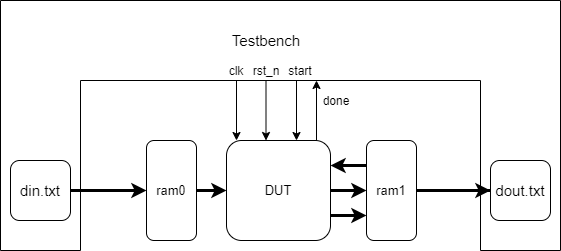
Before: daily/inbed_design/dog/docs/arch/测试平台.png, a diagram exported from draw.io (hust-gaoyujing/routine). Source tidied: cells renumbered, new cells last; positions are measured from the earlier drawing's top-left corner, leaving out a move shared by most shapes. The source it was exported from:
```xml
<mxGraphModel>
  <root>
    <mxCell id="0" />
    <mxCell id="1" parent="0" />
    <mxCell id="2" style="edgeStyle=orthogonalEdgeStyle;rounded=0;jettySize=auto;html=1;exitX=0;exitY=0.25;exitDx=0;exitDy=0;entryX=1;entryY=0.25;entryDx=0;entryDy=0;strokeWidth=3;fontSize=13;" parent="1" edge="1" source="8" target="5">
      <mxGeometry relative="1" as="geometry" />
    </mxCell>
    <mxCell id="3" style="edgeStyle=orthogonalEdgeStyle;rounded=0;jettySize=auto;html=1;exitX=1;exitY=0.75;exitDx=0;exitDy=0;entryX=0;entryY=0.75;entryDx=0;entryDy=0;strokeWidth=3;fontSize=13;" parent="1" edge="1" source="5" target="8">
      <mxGeometry relative="1" as="geometry" />
    </mxCell>
    <mxCell id="4" style="edgeStyle=orthogonalEdgeStyle;rounded=0;jettySize=auto;html=1;exitX=1;exitY=0.5;exitDx=0;exitDy=0;entryX=0;entryY=0.5;entryDx=0;entryDy=0;strokeWidth=3;fontSize=13;" parent="1" edge="1" source="5" target="8">
      <mxGeometry relative="1" as="geometry" />
    </mxCell>
    <mxCell id="5" value="DUT" style="rounded=1;whiteSpace=wrap;html=1;fontSize=13;" parent="1" vertex="1">
      <mxGeometry x="226" y="140" width="104" height="100" as="geometry" />
    </mxCell>
    <mxCell id="6" style="edgeStyle=orthogonalEdgeStyle;rounded=0;jettySize=auto;html=1;exitX=1;exitY=0.5;exitDx=0;exitDy=0;strokeWidth=3;fontSize=13;" parent="1" edge="1" source="7" target="5">
      <mxGeometry relative="1" as="geometry" />
    </mxCell>
    <mxCell id="7" value="ram0" style="rounded=1;whiteSpace=wrap;html=1;fontSize=13;" parent="1" vertex="1">
      <mxGeometry x="146" y="140" width="50" height="100" as="geometry" />
    </mxCell>
    <mxCell id="8" value="ram1" style="rounded=1;whiteSpace=wrap;html=1;fontSize=13;" parent="1" vertex="1">
      <mxGeometry x="366" y="140" width="50" height="100" as="geometry" />
    </mxCell>
    <mxCell id="9" style="shape=partialRectangle;whiteSpace=wrap;html=1;bottom=0;right=0;fillColor=none;fontSize=13;" parent="1" vertex="1">
      <mxGeometry width="560" height="250" as="geometry" />
    </mxCell>
    <mxCell id="10" style="shape=partialRectangle;whiteSpace=wrap;html=1;top=0;left=0;fillColor=none;fontSize=13;direction=east;" parent="1" vertex="1">
      <mxGeometry y="80" width="80" height="170" as="geometry" />
    </mxCell>
    <mxCell id="11" style="shape=partialRectangle;whiteSpace=wrap;html=1;bottom=0;right=0;fillColor=none;fontSize=13;direction=south;" parent="1" vertex="1">
      <mxGeometry x="80" y="80" width="400" height="170" as="geometry" />
    </mxCell>
    <mxCell id="12" style="shape=partialRectangle;whiteSpace=wrap;html=1;bottom=0;right=0;fillColor=none;fontSize=13;direction=west;" parent="1" vertex="1">
      <mxGeometry x="480" width="80" height="250" as="geometry" />
    </mxCell>
    <mxCell id="13" value="Testbench" style="text;html=1;strokeColor=none;fillColor=none;align=center;verticalAlign=middle;whiteSpace=wrap;rounded=0;fontSize=15;" parent="1" vertex="1">
      <mxGeometry x="246" y="30" width="40" height="20" as="geometry" />
    </mxCell>
    <mxCell id="14" style="edgeStyle=orthogonalEdgeStyle;rounded=0;jettySize=auto;html=1;exitX=1;exitY=0.5;exitDx=0;exitDy=0;entryX=0.647;entryY=0.835;entryDx=0;entryDy=0;entryPerimeter=0;strokeWidth=3;fontSize=15;" parent="1" edge="1" source="15" target="11">
      <mxGeometry relative="1" as="geometry" />
    </mxCell>
    <mxCell id="15" value="din.txt" style="rounded=1;whiteSpace=wrap;html=1;fontSize=15;" parent="1" vertex="1">
      <mxGeometry x="10" y="160" width="60" height="60" as="geometry" />
    </mxCell>
    <mxCell id="16" style="edgeStyle=orthogonalEdgeStyle;rounded=0;jettySize=auto;html=1;exitX=0.647;exitY=0.16;exitDx=0;exitDy=0;entryX=0;entryY=0.5;entryDx=0;entryDy=0;strokeWidth=3;fontSize=15;exitPerimeter=0;" parent="1" edge="1" source="11" target="17">
      <mxGeometry relative="1" as="geometry" />
    </mxCell>
    <mxCell id="17" value="dout.txt" style="rounded=1;whiteSpace=wrap;html=1;fontSize=15;" parent="1" vertex="1">
      <mxGeometry x="490" y="160" width="60" height="60" as="geometry" />
    </mxCell>
    <mxCell id="18" style="endArrow=classic;html=1;strokeWidth=1;fontSize=15;" parent="1" edge="1">
      <mxGeometry relative="1" as="geometry">
        <mxPoint x="296" y="80" as="sourcePoint" />
        <mxPoint x="296" y="140" as="targetPoint" />
      </mxGeometry>
    </mxCell>
    <mxCell id="19" style="endArrow=classic;html=1;strokeWidth=1;fontSize=15;" parent="1" edge="1">
      <mxGeometry relative="1" as="geometry">
        <mxPoint x="265.5" y="80" as="sourcePoint" />
        <mxPoint x="265.5" y="140" as="targetPoint" />
      </mxGeometry>
    </mxCell>
    <mxCell id="20" style="endArrow=classic;html=1;strokeWidth=1;fontSize=15;" parent="1" edge="1">
      <mxGeometry relative="1" as="geometry">
        <mxPoint x="236" y="80" as="sourcePoint" />
        <mxPoint x="236" y="140" as="targetPoint" />
      </mxGeometry>
    </mxCell>
    <mxCell id="21" style="endArrow=classic;html=1;strokeWidth=1;fontSize=15;" parent="1" edge="1">
      <mxGeometry relative="1" as="geometry">
        <mxPoint x="316" y="140" as="sourcePoint" />
        <mxPoint x="316" y="80" as="targetPoint" />
      </mxGeometry>
    </mxCell>
    <mxCell id="22" value="clk" style="text;html=1;strokeColor=none;fillColor=none;align=center;verticalAlign=middle;whiteSpace=wrap;rounded=0;fontSize=12;" parent="1" vertex="1">
      <mxGeometry x="216" y="60" width="40" height="20" as="geometry" />
    </mxCell>
    <mxCell id="23" value="rst_n" style="text;html=1;strokeColor=none;fillColor=none;align=center;verticalAlign=middle;whiteSpace=wrap;rounded=0;fontSize=12;" parent="1" vertex="1">
      <mxGeometry x="246" y="60" width="40" height="20" as="geometry" />
    </mxCell>
    <mxCell id="24" value="start" style="text;html=1;strokeColor=none;fillColor=none;align=center;verticalAlign=middle;whiteSpace=wrap;rounded=0;fontSize=12;" parent="1" vertex="1">
      <mxGeometry x="280" y="60" width="40" height="20" as="geometry" />
    </mxCell>
    <mxCell id="25" value="done" style="text;html=1;strokeColor=none;fillColor=none;align=center;verticalAlign=middle;whiteSpace=wrap;rounded=0;fontSize=12;" parent="1" vertex="1">
      <mxGeometry x="316" y="90" width="40" height="20" as="geometry" />
    </mxCell>
  </root>
</mxGraphModel>
```
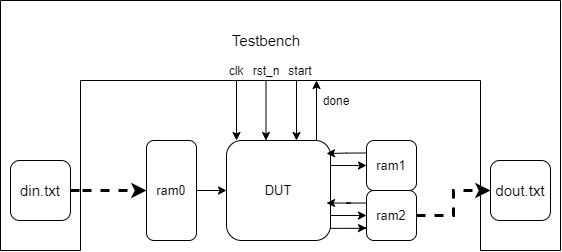
The same file after the commit.

The edit, as a diff of the source:
```diff
@@ -2,49 +2,51 @@
   <root>
     <mxCell id="0" />
     <mxCell id="1" parent="0" />
-    <mxCell id="2" style="edgeStyle=orthogonalEdgeStyle;rounded=0;jettySize=auto;html=1;exitX=0;exitY=0.25;exitDx=0;exitDy=0;entryX=1;entryY=0.25;entryDx=0;entryDy=0;strokeWidth=3;fontSize=13;" parent="1" edge="1" source="8" target="5">
-      <mxGeometry relative="1" as="geometry" />
-    </mxCell>
-    <mxCell id="3" style="edgeStyle=orthogonalEdgeStyle;rounded=0;jettySize=auto;html=1;exitX=1;exitY=0.75;exitDx=0;exitDy=0;entryX=0;entryY=0.75;entryDx=0;entryDy=0;strokeWidth=3;fontSize=13;" parent="1" edge="1" source="5" target="8">
-      <mxGeometry relative="1" as="geometry" />
-    </mxCell>
-    <mxCell id="4" style="edgeStyle=orthogonalEdgeStyle;rounded=0;jettySize=auto;html=1;exitX=1;exitY=0.5;exitDx=0;exitDy=0;entryX=0;entryY=0.5;entryDx=0;entryDy=0;strokeWidth=3;fontSize=13;" parent="1" edge="1" source="5" target="8">
-      <mxGeometry relative="1" as="geometry" />
-    </mxCell>
+    <mxCell id="9" style="shape=partialRectangle;whiteSpace=wrap;html=1;bottom=0;right=0;fillColor=none;fontSize=13;" parent="1" vertex="1">
+      <mxGeometry width="560" height="250" as="geometry" />
+    </mxCell>
+    <mxCell id="11" style="shape=partialRectangle;whiteSpace=wrap;html=1;bottom=0;right=0;fillColor=none;fontSize=13;direction=south;" parent="1" vertex="1">
+      <mxGeometry x="80" y="80" width="400" height="170" as="geometry" />
+    </mxCell>
     <mxCell id="5" value="DUT" style="rounded=1;whiteSpace=wrap;html=1;fontSize=13;" parent="1" vertex="1">
       <mxGeometry x="226" y="140" width="104" height="100" as="geometry" />
     </mxCell>
-    <mxCell id="6" style="edgeStyle=orthogonalEdgeStyle;rounded=0;jettySize=auto;html=1;exitX=1;exitY=0.5;exitDx=0;exitDy=0;strokeWidth=3;fontSize=13;" parent="1" edge="1" source="7" target="5">
+    <mxCell id="6" style="edgeStyle=orthogonalEdgeStyle;rounded=0;jettySize=auto;html=1;exitX=1;exitY=0.5;exitDx=0;exitDy=0;strokeWidth=1;fontSize=13;" parent="1" edge="1" source="7" target="5">
       <mxGeometry relative="1" as="geometry" />
     </mxCell>
     <mxCell id="7" value="ram0" style="rounded=1;whiteSpace=wrap;html=1;fontSize=13;" parent="1" vertex="1">
       <mxGeometry x="146" y="140" width="50" height="100" as="geometry" />
     </mxCell>
+    <mxCell id="26" style="edgeStyle=orthogonalEdgeStyle;rounded=0;jettySize=auto;html=1;exitX=0;exitY=0.25;exitDx=0;exitDy=0;strokeWidth=1;" parent="1" edge="1" source="8">
+      <mxGeometry relative="1" as="geometry">
+        <mxPoint x="326" y="153" as="targetPoint" />
+        <Array as="points">
+          <mxPoint x="346" y="153" />
+        </Array>
+      </mxGeometry>
+    </mxCell>
+    <mxCell id="27" style="edgeStyle=orthogonalEdgeStyle;rounded=0;jettySize=auto;html=1;exitX=1;exitY=0.25;exitDx=0;exitDy=0;entryX=0;entryY=0.5;entryDx=0;entryDy=0;strokeWidth=1;" parent="1" edge="1" source="5" target="8">
+      <mxGeometry relative="1" as="geometry" />
+    </mxCell>
     <mxCell id="8" value="ram1" style="rounded=1;whiteSpace=wrap;html=1;fontSize=13;" parent="1" vertex="1">
-      <mxGeometry x="366" y="140" width="50" height="100" as="geometry" />
+      <mxGeometry x="366" y="140" width="50" height="50" as="geometry" />
     </mxCell>
-    <mxCell id="9" style="shape=partialRectangle;whiteSpace=wrap;html=1;bottom=0;right=0;fillColor=none;fontSize=13;" parent="1" vertex="1">
-      <mxGeometry width="560" height="250" as="geometry" />
-    </mxCell>
     <mxCell id="10" style="shape=partialRectangle;whiteSpace=wrap;html=1;top=0;left=0;fillColor=none;fontSize=13;direction=east;" parent="1" vertex="1">
       <mxGeometry y="80" width="80" height="170" as="geometry" />
     </mxCell>
-    <mxCell id="11" style="shape=partialRectangle;whiteSpace=wrap;html=1;bottom=0;right=0;fillColor=none;fontSize=13;direction=south;" parent="1" vertex="1">
-      <mxGeometry x="80" y="80" width="400" height="170" as="geometry" />
-    </mxCell>
     <mxCell id="12" style="shape=partialRectangle;whiteSpace=wrap;html=1;bottom=0;right=0;fillColor=none;fontSize=13;direction=west;" parent="1" vertex="1">
       <mxGeometry x="480" width="80" height="250" as="geometry" />
     </mxCell>
     <mxCell id="13" value="Testbench" style="text;html=1;strokeColor=none;fillColor=none;align=center;verticalAlign=middle;whiteSpace=wrap;rounded=0;fontSize=15;" parent="1" vertex="1">
       <mxGeometry x="246" y="30" width="40" height="20" as="geometry" />
     </mxCell>
-    <mxCell id="14" style="edgeStyle=orthogonalEdgeStyle;rounded=0;jettySize=auto;html=1;exitX=1;exitY=0.5;exitDx=0;exitDy=0;entryX=0.647;entryY=0.835;entryDx=0;entryDy=0;entryPerimeter=0;strokeWidth=3;fontSize=15;" parent="1" edge="1" source="15" target="11">
+    <mxCell id="14" style="edgeStyle=orthogonalEdgeStyle;rounded=0;jettySize=auto;html=1;exitX=1;exitY=0.5;exitDx=0;exitDy=0;entryX=0.647;entryY=0.835;entryDx=0;entryDy=0;entryPerimeter=0;strokeWidth=3;fontSize=15;dashed=1;" parent="1" edge="1" source="15" target="11">
       <mxGeometry relative="1" as="geometry" />
     </mxCell>
     <mxCell id="15" value="din.txt" style="rounded=1;whiteSpace=wrap;html=1;fontSize=15;" parent="1" vertex="1">
       <mxGeometry x="10" y="160" width="60" height="60" as="geometry" />
     </mxCell>
-    <mxCell id="16" style="edgeStyle=orthogonalEdgeStyle;rounded=0;jettySize=auto;html=1;exitX=0.647;exitY=0.16;exitDx=0;exitDy=0;entryX=0;entryY=0.5;entryDx=0;entryDy=0;strokeWidth=3;fontSize=15;exitPerimeter=0;" parent="1" edge="1" source="11" target="17">
+    <mxCell id="16" style="edgeStyle=orthogonalEdgeStyle;rounded=0;jettySize=auto;html=1;entryX=0;entryY=0.5;entryDx=0;entryDy=0;strokeWidth=3;fontSize=15;dashed=1;exitX=1;exitY=0.5;exitDx=0;exitDy=0;" parent="1" edge="1" source="31" target="17">
       <mxGeometry relative="1" as="geometry" />
     </mxCell>
     <mxCell id="17" value="dout.txt" style="rounded=1;whiteSpace=wrap;html=1;fontSize=15;" parent="1" vertex="1">
@@ -86,5 +88,17 @@
     <mxCell id="25" value="done" style="text;html=1;strokeColor=none;fillColor=none;align=center;verticalAlign=middle;whiteSpace=wrap;rounded=0;fontSize=12;" parent="1" vertex="1">
       <mxGeometry x="316" y="90" width="40" height="20" as="geometry" />
     </mxCell>
+    <mxCell id="28" style="edgeStyle=orthogonalEdgeStyle;rounded=0;jettySize=auto;html=1;exitX=0;exitY=0.25;exitDx=0;exitDy=0;entryX=0.962;entryY=0.625;entryDx=0;entryDy=0;entryPerimeter=0;strokeWidth=1;" parent="1" edge="1" source="31" target="5">
+      <mxGeometry relative="1" as="geometry" />
+    </mxCell>
+    <mxCell id="29" style="edgeStyle=orthogonalEdgeStyle;rounded=0;jettySize=auto;html=1;exitX=1;exitY=0.75;exitDx=0;exitDy=0;entryX=0;entryY=0.5;entryDx=0;entryDy=0;strokeWidth=1;" parent="1" edge="1" source="5" target="31">
+      <mxGeometry relative="1" as="geometry" />
+    </mxCell>
+    <mxCell id="30" style="edgeStyle=orthogonalEdgeStyle;rounded=0;jettySize=auto;html=1;entryX=0;entryY=0.75;entryDx=0;entryDy=0;strokeWidth=1;exitX=1;exitY=0.878;exitDx=0;exitDy=0;exitPerimeter=0;" parent="1" edge="1" source="5" target="31">
+      <mxGeometry relative="1" as="geometry" />
+    </mxCell>
+    <mxCell id="31" value="ram2" style="rounded=1;whiteSpace=wrap;html=1;fontSize=13;" parent="1" vertex="1">
+      <mxGeometry x="366" y="190" width="50" height="50" as="geometry" />
+    </mxCell>
   </root>
 </mxGraphModel>
```
